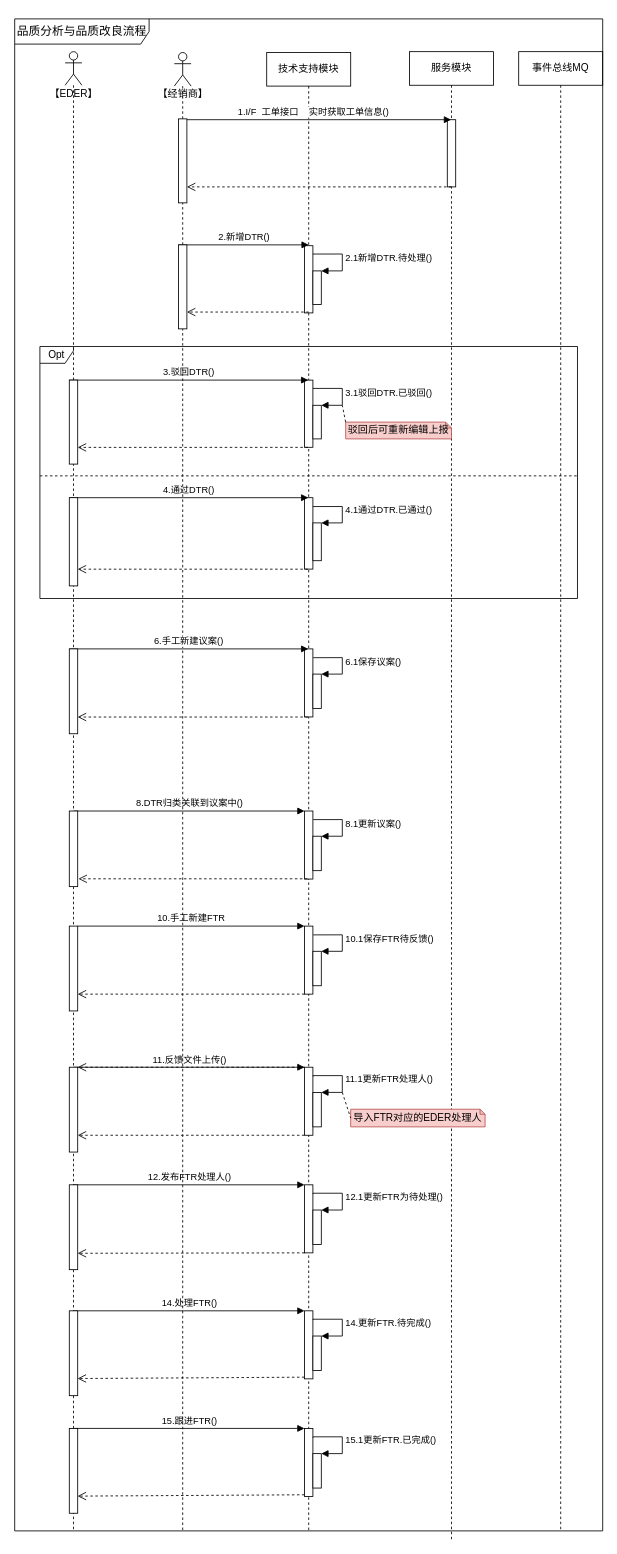
Earlier version of the draw.io diagram page "品质分析与品质改良流程" (5 of 7) of images/DTR时序图.drawio (1132489442/designer). Source tidied: cells renumbered, new cells numbered last; positions are measured from the earlier drawing's top-left corner, leaving out a move shared by most shapes. Both pictures are drawn from the tidied source at 84%, with x=0, y=0 at pixel (14, 18).
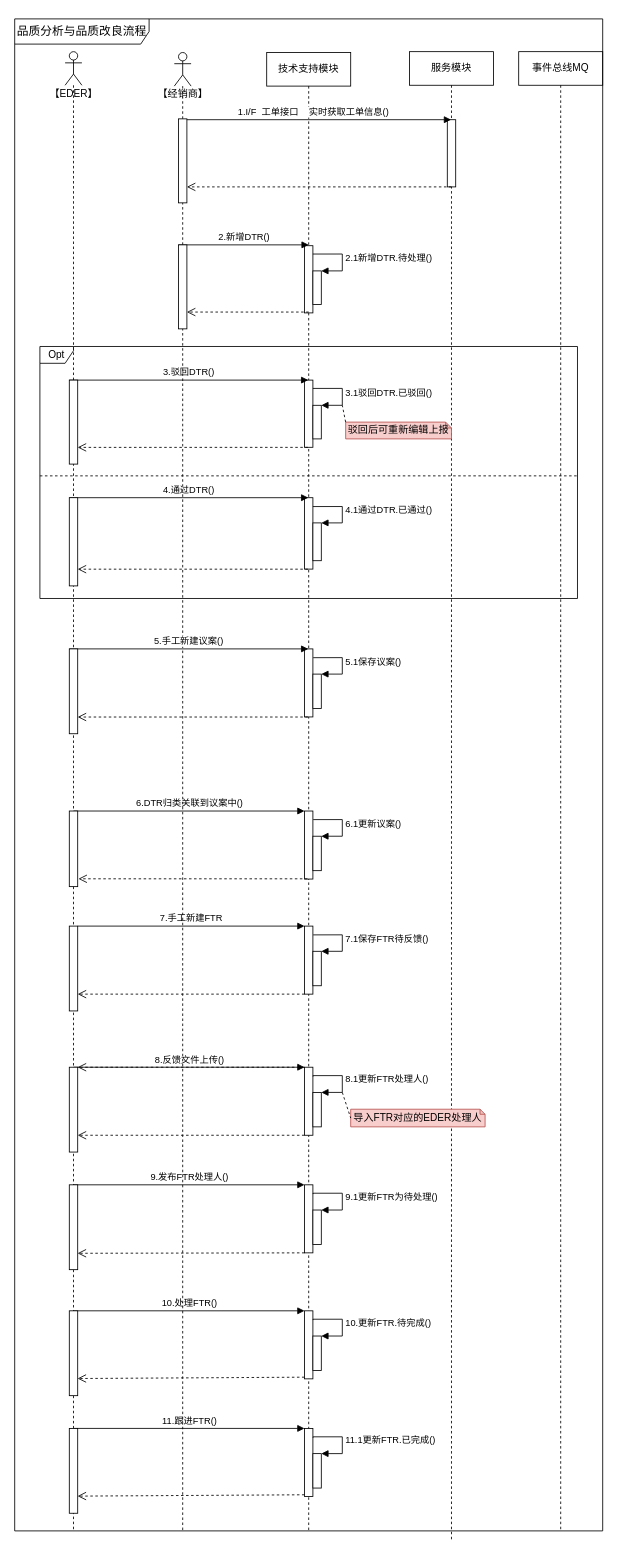
Above is the later version.

Commit message (it also covers changes not shown here):
更新DTR时序图.drawio

Unchanged cells that the change refers to:
```xml
<mxCell id="2" value="技术支持模块" style="shape=umlLifeline;perimeter=lifelinePerimeter;whiteSpace=wrap;html=1;outlineConnect=0;" parent="1" vertex="1">
  <mxGeometry x="300" y="40" width="100" height="1760" as="geometry" />
</mxCell>
<mxCell id="9" style="html=1;points=[];perimeter=orthogonalPerimeter;" parent="2" vertex="1">
  <mxGeometry x="45" y="710" width="10" height="81" as="geometry" />
</mxCell>
<mxCell id="10" style="html=1;points=[];perimeter=orthogonalPerimeter;" parent="2" vertex="1">
  <mxGeometry x="55" y="740" width="10" height="41" as="geometry" />
</mxCell>
<mxCell id="12" style="html=1;points=[];perimeter=orthogonalPerimeter;" parent="2" vertex="1">
  <mxGeometry x="45" y="1208" width="10" height="81" as="geometry" />
</mxCell>
<mxCell id="28" style="html=1;points=[];perimeter=orthogonalPerimeter;" parent="1" vertex="1">
  <mxGeometry x="345" y="1080" width="10" height="81" as="geometry" />
</mxCell>
<mxCell id="29" style="html=1;points=[];perimeter=orthogonalPerimeter;" parent="1" vertex="1">
  <mxGeometry x="355" y="1110" width="10" height="41" as="geometry" />
</mxCell>
<mxCell id="35" style="html=1;points=[];perimeter=orthogonalPerimeter;" parent="1" vertex="1">
  <mxGeometry x="355" y="1278" width="10" height="41" as="geometry" />
</mxCell>
<mxCell id="38" style="html=1;points=[];perimeter=orthogonalPerimeter;" parent="1" vertex="1">
  <mxGeometry x="345" y="1388" width="10" height="81" as="geometry" />
</mxCell>
<mxCell id="41" style="html=1;points=[];perimeter=orthogonalPerimeter;" parent="1" vertex="1">
  <mxGeometry x="355" y="1418" width="10" height="41" as="geometry" />
</mxCell>
<mxCell id="43" style="html=1;points=[];perimeter=orthogonalPerimeter;" parent="1" vertex="1">
  <mxGeometry x="345" y="1538" width="10" height="81" as="geometry" />
</mxCell>
<mxCell id="46" style="html=1;points=[];perimeter=orthogonalPerimeter;" parent="1" vertex="1">
  <mxGeometry x="355" y="1568" width="10" height="41" as="geometry" />
</mxCell>
<mxCell id="48" style="html=1;points=[];perimeter=orthogonalPerimeter;" parent="1" vertex="1">
  <mxGeometry x="345" y="1678" width="10" height="81" as="geometry" />
</mxCell>
<mxCell id="51" style="html=1;points=[];perimeter=orthogonalPerimeter;" parent="1" vertex="1">
  <mxGeometry x="355" y="1708" width="10" height="41" as="geometry" />
</mxCell>
<mxCell id="57" style="html=1;points=[];perimeter=orthogonalPerimeter;" parent="1" vertex="1">
  <mxGeometry x="345" y="943" width="10" height="81" as="geometry" />
</mxCell>
<mxCell id="58" style="html=1;points=[];perimeter=orthogonalPerimeter;" parent="1" vertex="1">
  <mxGeometry x="355" y="973" width="10" height="41" as="geometry" />
</mxCell>
```

Diff of the diagram source:
```diff
@@
-    <mxCell id="11" value="6.1保存议案()" style="edgeStyle=orthogonalEdgeStyle;html=1;align=left;spacingLeft=2;endArrow=block;rounded=0;entryX=1;entryY=0;exitX=1.034;exitY=0.129;exitDx=0;exitDy=0;exitPerimeter=0;" parent="2" edge="1" source="9" target="10">
+    <mxCell id="11" value="5.1保存议案()" style="edgeStyle=orthogonalEdgeStyle;html=1;align=left;spacingLeft=2;endArrow=block;rounded=0;entryX=1;entryY=0;exitX=1.034;exitY=0.129;exitDx=0;exitDy=0;exitPerimeter=0;" parent="2" edge="1" source="9" target="10">
       <mxGeometry relative="1" as="geometry">
         <Array as="points">
           <mxPoint x="90" y="720" />
           <mxPoint x="90" y="740" />
         </Array>
       </mxGeometry>
     </mxCell>
@@
-    <mxCell id="30" value="10.1保存FTR待反馈()" style="edgeStyle=orthogonalEdgeStyle;html=1;align=left;spacingLeft=2;endArrow=block;rounded=0;entryX=1;entryY=0;exitX=1.034;exitY=0.129;exitDx=0;exitDy=0;exitPerimeter=0;" parent="1" edge="1" source="28" target="29">
+    <mxCell id="30" value="7.1保存FTR待反馈()" style="edgeStyle=orthogonalEdgeStyle;html=1;align=left;spacingLeft=2;endArrow=block;rounded=0;entryX=1;entryY=0;exitX=1.034;exitY=0.129;exitDx=0;exitDy=0;exitPerimeter=0;" parent="1" edge="1" source="28" target="29">
       <mxGeometry relative="1" as="geometry">
         <Array as="points">
           <mxPoint x="390" y="1090" />
           <mxPoint x="390" y="1110" />
         </Array>
       </mxGeometry>
     </mxCell>
-    <mxCell id="31" value="10.手工新建FTR" style="html=1;verticalAlign=bottom;endArrow=block;entryX=0;entryY=0;rounded=0;" parent="1" edge="1" target="28">
+    <mxCell id="31" value="7.手工新建FTR" style="html=1;verticalAlign=bottom;endArrow=block;entryX=0;entryY=0;rounded=0;" parent="1" edge="1" target="28">
       <mxGeometry relative="1" as="geometry">
         <mxPoint x="75" y="1080" as="sourcePoint" />
       </mxGeometry>
     </mxCell>
@@
-    <mxCell id="33" value="11.反馈文件上传()" style="html=1;verticalAlign=bottom;endArrow=block;entryX=0;entryY=0;rounded=0;" parent="1" edge="1" target="12">
+    <mxCell id="33" value="8.反馈文件上传()" style="html=1;verticalAlign=bottom;endArrow=block;entryX=0;entryY=0;rounded=0;" parent="1" edge="1" target="12">
       <mxGeometry relative="1" as="geometry">
         <mxPoint x="70" y="1248" as="sourcePoint" />
       </mxGeometry>
     </mxCell>
@@
-    <mxCell id="36" value="11.1更新FTR处理人()" style="edgeStyle=orthogonalEdgeStyle;html=1;align=left;spacingLeft=2;endArrow=block;rounded=0;entryX=1;entryY=0;exitX=1.019;exitY=0.138;exitDx=0;exitDy=0;exitPerimeter=0;" parent="1" edge="1" target="35">
+    <mxCell id="36" value="8.1更新FTR处理人()" style="edgeStyle=orthogonalEdgeStyle;html=1;align=left;spacingLeft=2;endArrow=block;rounded=0;entryX=1;entryY=0;exitX=1.019;exitY=0.138;exitDx=0;exitDy=0;exitPerimeter=0;" parent="1" edge="1" target="35">
       <mxGeometry relative="1" as="geometry">
         <mxPoint x="355.2" y="1259" as="sourcePoint" />
         <Array as="points">
           <mxPoint x="355" y="1258" />
           <mxPoint x="390" y="1258" />
           <mxPoint x="390" y="1278" />
         </Array>
       </mxGeometry>
     </mxCell>
@@
-    <mxCell id="39" value="12.发布FTR处理人()" style="html=1;verticalAlign=bottom;endArrow=block;entryX=0;entryY=0;rounded=0;" parent="1" edge="1" target="38">
+    <mxCell id="39" value="9.发布FTR处理人()" style="html=1;verticalAlign=bottom;endArrow=block;entryX=0;entryY=0;rounded=0;" parent="1" edge="1" target="38">
       <mxGeometry relative="1" as="geometry">
         <mxPoint x="70" y="1388" as="sourcePoint" />
       </mxGeometry>
     </mxCell>
@@
-    <mxCell id="42" value="12.1更新FTR为待处理()" style="edgeStyle=orthogonalEdgeStyle;html=1;align=left;spacingLeft=2;endArrow=block;rounded=0;entryX=1;entryY=0;exitX=1.019;exitY=0.138;exitDx=0;exitDy=0;exitPerimeter=0;" parent="1" edge="1" target="41">
+    <mxCell id="42" value="9.1更新FTR为待处理()" style="edgeStyle=orthogonalEdgeStyle;html=1;align=left;spacingLeft=2;endArrow=block;rounded=0;entryX=1;entryY=0;exitX=1.019;exitY=0.138;exitDx=0;exitDy=0;exitPerimeter=0;" parent="1" edge="1" target="41">
       <mxGeometry relative="1" as="geometry">
         <mxPoint x="355.2" y="1399" as="sourcePoint" />
         <Array as="points">
           <mxPoint x="355" y="1398" />
           <mxPoint x="390" y="1398" />
           <mxPoint x="390" y="1418" />
         </Array>
       </mxGeometry>
     </mxCell>
@@
-    <mxCell id="44" value="14.处理FTR()" style="html=1;verticalAlign=bottom;endArrow=block;entryX=0;entryY=0;rounded=0;" parent="1" edge="1" target="43">
+    <mxCell id="44" value="10.处理FTR()" style="html=1;verticalAlign=bottom;endArrow=block;entryX=0;entryY=0;rounded=0;" parent="1" edge="1" target="43">
       <mxGeometry relative="1" as="geometry">
         <mxPoint x="70" y="1538" as="sourcePoint" />
       </mxGeometry>
     </mxCell>
@@
-    <mxCell id="47" value="14.更新FTR.待完成()" style="edgeStyle=orthogonalEdgeStyle;html=1;align=left;spacingLeft=2;endArrow=block;rounded=0;entryX=1;entryY=0;exitX=1.019;exitY=0.138;exitDx=0;exitDy=0;exitPerimeter=0;" parent="1" edge="1" target="46">
+    <mxCell id="47" value="10.更新FTR.待完成()" style="edgeStyle=orthogonalEdgeStyle;html=1;align=left;spacingLeft=2;endArrow=block;rounded=0;entryX=1;entryY=0;exitX=1.019;exitY=0.138;exitDx=0;exitDy=0;exitPerimeter=0;" parent="1" edge="1" target="46">
       <mxGeometry relative="1" as="geometry">
         <mxPoint x="355.2" y="1549" as="sourcePoint" />
         <Array as="points">
           <mxPoint x="355" y="1548" />
           <mxPoint x="390" y="1548" />
           <mxPoint x="390" y="1568" />
         </Array>
       </mxGeometry>
     </mxCell>
@@
-    <mxCell id="49" value="15.跟进FTR()" style="html=1;verticalAlign=bottom;endArrow=block;entryX=0;entryY=0;rounded=0;" parent="1" edge="1" target="48">
+    <mxCell id="49" value="11.跟进FTR()" style="html=1;verticalAlign=bottom;endArrow=block;entryX=0;entryY=0;rounded=0;" parent="1" edge="1" target="48">
       <mxGeometry relative="1" as="geometry">
         <mxPoint x="70" y="1678" as="sourcePoint" />
       </mxGeometry>
     </mxCell>
@@
-    <mxCell id="52" value="15.1更新FTR.已完成()" style="edgeStyle=orthogonalEdgeStyle;html=1;align=left;spacingLeft=2;endArrow=block;rounded=0;entryX=1;entryY=0;exitX=1.019;exitY=0.138;exitDx=0;exitDy=0;exitPerimeter=0;" parent="1" edge="1" target="51">
+    <mxCell id="52" value="11.1更新FTR.已完成()" style="edgeStyle=orthogonalEdgeStyle;html=1;align=left;spacingLeft=2;endArrow=block;rounded=0;entryX=1;entryY=0;exitX=1.019;exitY=0.138;exitDx=0;exitDy=0;exitPerimeter=0;" parent="1" edge="1" target="51">
       <mxGeometry relative="1" as="geometry">
         <mxPoint x="355.2" y="1689" as="sourcePoint" />
         <Array as="points">
           <mxPoint x="355" y="1688" />
           <mxPoint x="390" y="1688" />
           <mxPoint x="390" y="1708" />
         </Array>
       </mxGeometry>
     </mxCell>
@@
-    <mxCell id="59" value="8.1更新议案()" style="edgeStyle=orthogonalEdgeStyle;html=1;align=left;spacingLeft=2;endArrow=block;rounded=0;entryX=1;entryY=0;exitX=1.034;exitY=0.126;exitDx=0;exitDy=0;exitPerimeter=0;" parent="1" edge="1" source="57" target="58">
+    <mxCell id="59" value="6.1更新议案()" style="edgeStyle=orthogonalEdgeStyle;html=1;align=left;spacingLeft=2;endArrow=block;rounded=0;entryX=1;entryY=0;exitX=1.034;exitY=0.126;exitDx=0;exitDy=0;exitPerimeter=0;" parent="1" edge="1" source="57" target="58">
       <mxGeometry relative="1" as="geometry">
         <Array as="points">
           <mxPoint x="390" y="953" />
           <mxPoint x="390" y="973" />
         </Array>
       </mxGeometry>
     </mxCell>
-    <mxCell id="60" value="8.DTR归类关联到议案中()" style="html=1;verticalAlign=bottom;endArrow=block;entryX=0;entryY=0;rounded=0;" parent="1" edge="1" target="57">
+    <mxCell id="60" value="6.DTR归类关联到议案中()" style="html=1;verticalAlign=bottom;endArrow=block;entryX=0;entryY=0;rounded=0;" parent="1" edge="1" target="57">
       <mxGeometry relative="1" as="geometry">
         <mxPoint x="70" y="943" as="sourcePoint" />
       </mxGeometry>
     </mxCell>
@@
-    <mxCell id="65" value="6.手工新建议案()" style="html=1;verticalAlign=bottom;endArrow=block;rounded=0;" parent="1" edge="1">
+    <mxCell id="65" value="5.手工新建议案()" style="html=1;verticalAlign=bottom;endArrow=block;rounded=0;" parent="1" edge="1">
       <mxGeometry relative="1" as="geometry">
         <mxPoint x="65" y="750" as="sourcePoint" />
         <mxPoint x="349.5" y="750" as="targetPoint" />
       </mxGeometry>
     </mxCell>
```
